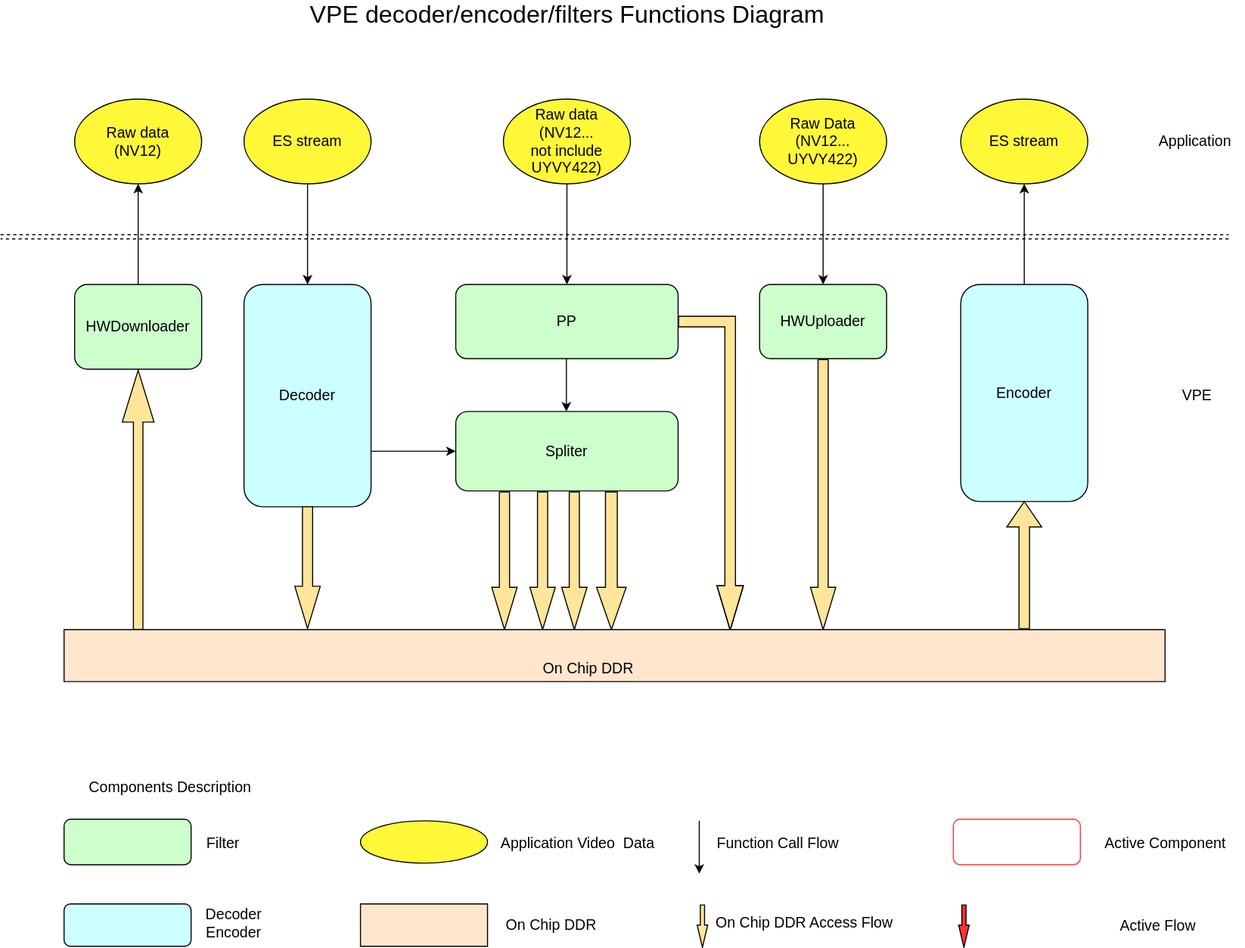
VeriSilicon/vpe keeps this draw.io diagram as doc/vpe.svg. Above is the earlier version. Source tidied: cells renumbered, new cells last; positions are measured from the earlier drawing's top-left corner, leaving out a move shared by most shapes.
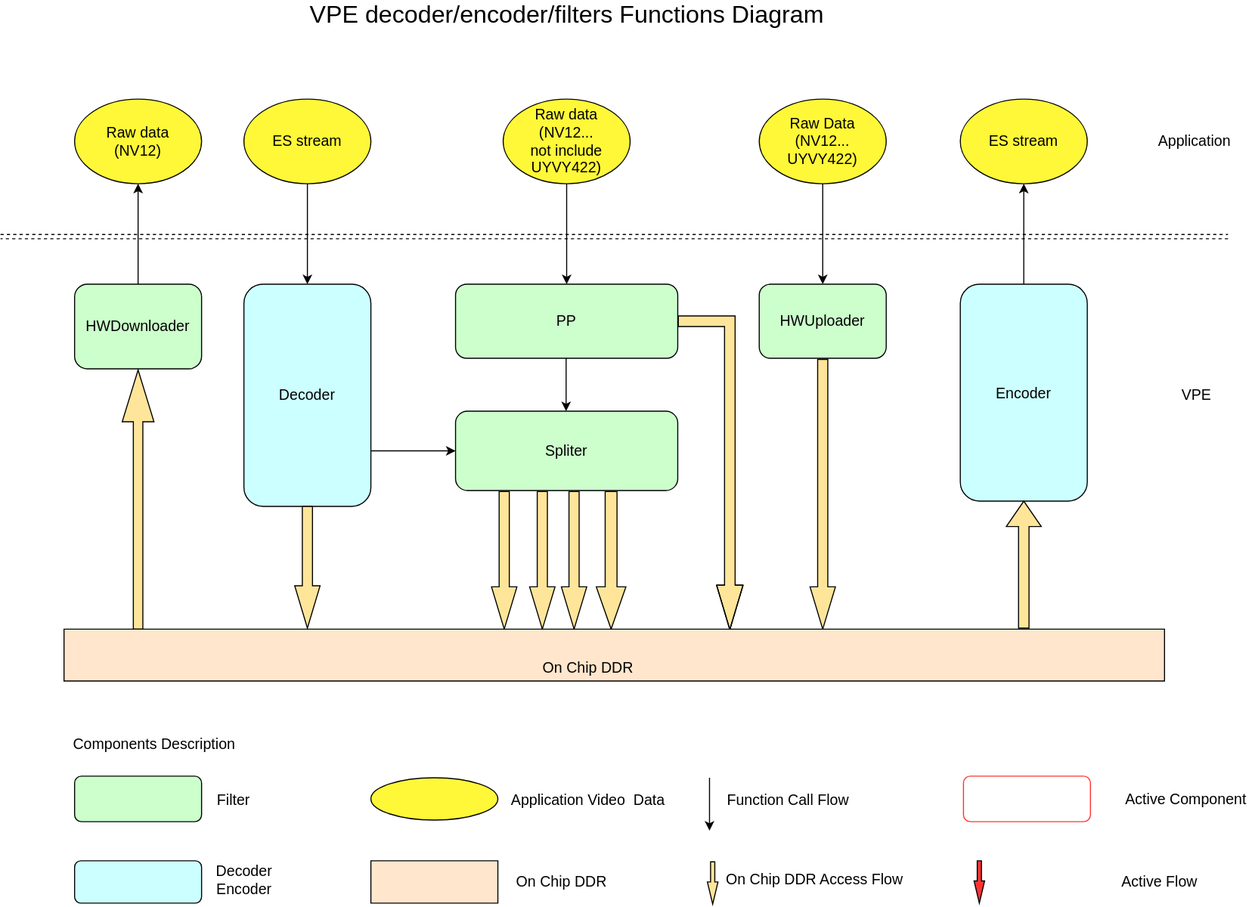
After the change.

Diff of the diagram source:
```diff
@@ -93,80 +93,83 @@
     <mxCell id="29" value="&lt;font style=&quot;font-size: 23px&quot;&gt;VPE decoder/encoder/filters Functions Diagram&lt;/font&gt;" style="text;html=1;align=center;verticalAlign=middle;fillColor=none;strokeColor=none;rounded=0;" parent="1" vertex="1">
       <mxGeometry x="285" width="500" height="20" as="geometry" />
     </mxCell>
-    <mxCell id="30" style="group;fontSize=14;" parent="1" vertex="1">
-      <mxGeometry x="60" y="770" width="789" height="121" as="geometry" />
-    </mxCell>
+    <mxCell id="48" value="PP" style="rounded=1;whiteSpace=wrap;html=1;fillColor=#CCFFCC;fontSize=14;" parent="1" vertex="1">
+      <mxGeometry x="430" y="265" width="210" height="70" as="geometry" />
+    </mxCell>
+    <mxCell id="49" value="Spliter" style="rounded=1;whiteSpace=wrap;html=1;fillColor=#CCFFCC;fontSize=14;" parent="1" vertex="1">
+      <mxGeometry x="430" y="385" width="210" height="75" as="geometry" />
+    </mxCell>
+    <mxCell id="50" style="edgeStyle=orthogonalEdgeStyle;rounded=0;orthogonalLoop=1;jettySize=auto;html=1;exitX=0.25;exitY=1;exitDx=0;exitDy=0;entryX=0.25;entryY=0;entryDx=0;entryDy=0;fillColor=#FF6666;fontSize=14;" parent="1" edge="1">
+      <mxGeometry x="-37" y="414" as="geometry">
+        <mxPoint x="534.5" y="335" as="sourcePoint" />
+        <mxPoint x="534.5" y="385" as="targetPoint" />
+      </mxGeometry>
+    </mxCell>
+    <mxCell id="51" value="Raw Data&lt;br style=&quot;font-size: 14px;&quot;&gt;(&lt;span style=&quot;font-size: 14px;&quot;&gt;NV12...&lt;/span&gt;&lt;br style=&quot;font-size: 14px;&quot;&gt;UYVY422)" style="ellipse;whiteSpace=wrap;html=1;fillColor=#FFF838;fontSize=14;" parent="1" vertex="1">
+      <mxGeometry x="717" y="90" width="120" height="80" as="geometry" />
+    </mxCell>
+    <mxCell id="52" value="&lt;font style=&quot;font-size: 14px;&quot;&gt;Raw data&lt;br style=&quot;font-size: 14px;&quot;&gt;(NV12...&lt;br style=&quot;font-size: 14px;&quot;&gt;&lt;span style=&quot;font-size: 14px;&quot;&gt;not include UYVY422&lt;/span&gt;)&lt;/font&gt;" style="ellipse;whiteSpace=wrap;html=1;fillColor=#FFF838;fontSize=14;" parent="1" vertex="1">
+      <mxGeometry x="475" y="90" width="120" height="80" as="geometry" />
+    </mxCell>
+    <mxCell id="53" style="group;" parent="1" vertex="1">
+      <mxGeometry x="60" y="690" width="1125" height="163" as="geometry" />
+    </mxCell>
+    <mxCell id="54" style="group;fontSize=14;" parent="53" vertex="1">
+      <mxGeometry x="10" y="40" width="809" height="123" as="geometry" />
+    </mxCell>
-    <mxCell id="31" style="rounded=1;whiteSpace=wrap;html=1;fillColor=#CCFFCC;fontSize=14;" parent="30" vertex="1">
+    <mxCell id="31" style="rounded=1;whiteSpace=wrap;html=1;fillColor=#CCFFCC;fontSize=14;" parent="54" vertex="1">
       <mxGeometry width="120" height="43" as="geometry" />
     </mxCell>
-    <mxCell id="32" style="rounded=1;whiteSpace=wrap;html=1;fillColor=#CCFFFF;fontSize=14;" parent="30" vertex="1">
+    <mxCell id="32" style="rounded=1;whiteSpace=wrap;html=1;fillColor=#CCFFFF;fontSize=14;" parent="54" vertex="1">
       <mxGeometry y="80" width="120" height="40" as="geometry" />
     </mxCell>
-    <mxCell id="33" style="ellipse;whiteSpace=wrap;html=1;fillColor=#FFF838;fontSize=14;" parent="30" vertex="1">
+    <mxCell id="33" style="ellipse;whiteSpace=wrap;html=1;fillColor=#FFF838;fontSize=14;" parent="54" vertex="1">
       <mxGeometry x="280" y="1.5" width="120" height="40" as="geometry" />
     </mxCell>
-    <mxCell id="34" style="html=1;shadow=0;dashed=0;align=center;verticalAlign=middle;shape=mxgraph.arrows2.arrow;dy=0.6;dx=21;direction=south;notch=0;fillColor=#FFE599;fontSize=14;" parent="30" vertex="1">
+    <mxCell id="34" style="html=1;shadow=0;dashed=0;align=center;verticalAlign=middle;shape=mxgraph.arrows2.arrow;dy=0.6;dx=21;direction=south;notch=0;fillColor=#FFE599;fontSize=14;" parent="54" vertex="1">
       <mxGeometry x="598" y="81" width="10" height="40" as="geometry" />
     </mxCell>
-    <mxCell id="35" style="edgeStyle=orthogonalEdgeStyle;rounded=0;orthogonalLoop=1;jettySize=auto;html=1;exitX=0.5;exitY=1;exitDx=0;exitDy=0;fontSize=14;" parent="30" edge="1">
-      <mxGeometry relative="1" as="geometry">
-        <mxPoint x="600" y="1.5" as="sourcePoint" />
-        <mxPoint x="600" y="51.5" as="targetPoint" />
-      </mxGeometry>
-    </mxCell>
+    <mxCell id="55" style="edgeStyle=orthogonalEdgeStyle;rounded=0;orthogonalLoop=1;jettySize=auto;html=1;exitX=0.5;exitY=1;exitDx=0;exitDy=0;fontSize=14;" parent="54" edge="1">
+      <mxGeometry relative="1" as="geometry">
+        <mxPoint x="600" y="1.5" as="sourcePoint" />
+        <mxPoint x="600" y="51.5" as="targetPoint" />
+      </mxGeometry>
+    </mxCell>
-    <mxCell id="36" style="verticalLabelPosition=bottom;verticalAlign=top;html=1;shape=mxgraph.basic.rect;fillColor2=none;strokeWidth=1;size=20;indent=5;fillColor=#FFE6CC;fontSize=14;" parent="30" vertex="1">
+    <mxCell id="36" style="verticalLabelPosition=bottom;verticalAlign=top;html=1;shape=mxgraph.basic.rect;fillColor2=none;strokeWidth=1;size=20;indent=5;fillColor=#FFE6CC;fontSize=14;" parent="54" vertex="1">
       <mxGeometry x="280" y="80" width="120" height="40" as="geometry" />
     </mxCell>
-    <mxCell id="37" value="Filter" style="text;html=1;align=center;verticalAlign=middle;fillColor=none;strokeColor=none;rounded=0;fontSize=14;" parent="30" vertex="1">
+    <mxCell id="37" value="Filter" style="text;html=1;align=center;verticalAlign=middle;fillColor=none;strokeColor=none;rounded=0;fontSize=14;" parent="54" vertex="1">
       <mxGeometry x="125" y="13" width="50" height="20" as="geometry" />
     </mxCell>
-    <mxCell id="38" value="Decoder&lt;br style=&quot;font-size: 14px;&quot;&gt;Encoder" style="text;html=1;align=center;verticalAlign=middle;fillColor=none;strokeColor=none;rounded=0;fontSize=14;" parent="30" vertex="1">
+    <mxCell id="38" value="Decoder&lt;br style=&quot;font-size: 14px;&quot;&gt;Encoder" style="text;html=1;align=center;verticalAlign=middle;fillColor=none;strokeColor=none;rounded=0;fontSize=14;" parent="54" vertex="1">
       <mxGeometry x="125" y="78" width="70" height="40" as="geometry" />
     </mxCell>
-    <mxCell id="39" value="Application Video&amp;nbsp; Data" style="text;html=1;align=center;verticalAlign=middle;fillColor=none;strokeColor=none;rounded=0;fontSize=14;" parent="30" vertex="1">
+    <mxCell id="39" value="Application Video&amp;nbsp; Data" style="text;html=1;align=center;verticalAlign=middle;fillColor=none;strokeColor=none;rounded=0;fontSize=14;" parent="54" vertex="1">
       <mxGeometry x="405" y="13" width="160" height="20" as="geometry" />
     </mxCell>
-    <mxCell id="40" value="On Chip DDR" style="text;html=1;align=center;verticalAlign=middle;fillColor=none;strokeColor=none;rounded=0;fontSize=14;" parent="30" vertex="1">
+    <mxCell id="40" value="On Chip DDR" style="text;html=1;align=center;verticalAlign=middle;fillColor=none;strokeColor=none;rounded=0;fontSize=14;" parent="54" vertex="1">
       <mxGeometry x="410" y="90" width="100" height="20" as="geometry" />
     </mxCell>
-    <mxCell id="41" value="Function Call Flow" style="text;html=1;align=center;verticalAlign=middle;fillColor=none;strokeColor=none;rounded=0;fontSize=14;" parent="30" vertex="1">
+    <mxCell id="41" value="Function Call Flow" style="text;html=1;align=center;verticalAlign=middle;fillColor=none;strokeColor=none;rounded=0;fontSize=14;" parent="54" vertex="1">
       <mxGeometry x="609" y="13" width="130" height="20" as="geometry" />
     </mxCell>
-    <mxCell id="42" value="On Chip DDR Access Flow" style="text;html=1;align=center;verticalAlign=middle;fillColor=none;strokeColor=none;rounded=0;fontSize=14;" parent="30" vertex="1">
+    <mxCell id="42" value="On Chip DDR Access Flow" style="text;html=1;align=center;verticalAlign=middle;fillColor=none;strokeColor=none;rounded=0;fontSize=14;" parent="54" vertex="1">
       <mxGeometry x="609" y="88" width="180" height="20" as="geometry" />
     </mxCell>
-    <mxCell id="43" value="&lt;font style=&quot;font-size: 14px;&quot;&gt;Components Description&lt;/font&gt;" style="text;html=1;align=center;verticalAlign=middle;fillColor=none;strokeColor=none;rounded=0;fontSize=14;" parent="1" vertex="1">
-      <mxGeometry x="75" y="730" width="170" height="20" as="geometry" />
+    <mxCell id="43" value="&lt;font style=&quot;font-size: 14px;&quot;&gt;Components Description&lt;/font&gt;" style="text;html=1;align=center;verticalAlign=middle;fillColor=none;strokeColor=none;rounded=0;fontSize=14;" parent="53" vertex="1">
+      <mxGeometry width="170" height="20" as="geometry" />
     </mxCell>
-    <mxCell id="44" style="rounded=1;whiteSpace=wrap;html=1;fillColor=#FFFFFF;strokeColor=#FF3333;fontSize=14;" parent="1" vertex="1">
-      <mxGeometry x="900" y="770" width="120" height="43" as="geometry" />
-    </mxCell>
+    <mxCell id="56" style="rounded=1;whiteSpace=wrap;html=1;fillColor=#FFFFFF;strokeColor=#FF3333;fontSize=14;" parent="53" vertex="1">
+      <mxGeometry x="850" y="40" width="120" height="43" as="geometry" />
+    </mxCell>
-    <mxCell id="45" value="Active Component" style="text;html=1;align=center;verticalAlign=middle;fillColor=none;strokeColor=none;rounded=0;fontSize=14;" parent="1" vertex="1">
-      <mxGeometry x="1035" y="783" width="130" height="20" as="geometry" />
+    <mxCell id="45" value="Active Component" style="text;html=1;align=center;verticalAlign=middle;fillColor=none;strokeColor=none;rounded=0;fontSize=14;" parent="53" vertex="1">
+      <mxGeometry x="995" y="51.5" width="130" height="20" as="geometry" />
     </mxCell>
-    <mxCell id="46" style="html=1;shadow=0;dashed=0;align=center;verticalAlign=middle;shape=mxgraph.arrows2.arrow;dy=0.6;dx=21;direction=south;notch=0;fillColor=#FF3333;fontSize=14;" parent="1" vertex="1">
-      <mxGeometry x="905" y="851" width="10" height="40" as="geometry" />
-    </mxCell>
+    <mxCell id="57" style="html=1;shadow=0;dashed=0;align=center;verticalAlign=middle;shape=mxgraph.arrows2.arrow;dy=0.6;dx=21;direction=south;notch=0;fillColor=#FF3333;fontSize=14;" parent="53" vertex="1">
+      <mxGeometry x="860" y="120" width="10" height="40" as="geometry" />
+    </mxCell>
-    <mxCell id="47" value="Active Flow" style="text;html=1;align=center;verticalAlign=middle;fillColor=none;strokeColor=none;rounded=0;fontSize=14;" parent="1" vertex="1">
-      <mxGeometry x="1048" y="861" width="90" height="20" as="geometry" />
+    <mxCell id="47" value="Active Flow" style="text;html=1;align=center;verticalAlign=middle;fillColor=none;strokeColor=none;rounded=0;fontSize=14;" parent="53" vertex="1">
+      <mxGeometry x="990" y="130" width="90" height="20" as="geometry" />
     </mxCell>
-    <mxCell id="48" value="PP" style="rounded=1;whiteSpace=wrap;html=1;fillColor=#CCFFCC;fontSize=14;" parent="1" vertex="1">
-      <mxGeometry x="430" y="265" width="210" height="70" as="geometry" />
-    </mxCell>
-    <mxCell id="49" value="Spliter" style="rounded=1;whiteSpace=wrap;html=1;fillColor=#CCFFCC;fontSize=14;" parent="1" vertex="1">
-      <mxGeometry x="430" y="385" width="210" height="75" as="geometry" />
-    </mxCell>
-    <mxCell id="50" style="edgeStyle=orthogonalEdgeStyle;rounded=0;orthogonalLoop=1;jettySize=auto;html=1;exitX=0.25;exitY=1;exitDx=0;exitDy=0;entryX=0.25;entryY=0;entryDx=0;entryDy=0;fillColor=#FF6666;fontSize=14;" parent="1" edge="1">
-      <mxGeometry x="-37" y="414" as="geometry">
-        <mxPoint x="534.5" y="335" as="sourcePoint" />
-        <mxPoint x="534.5" y="385" as="targetPoint" />
-      </mxGeometry>
-    </mxCell>
-    <mxCell id="51" value="Raw Data&lt;br style=&quot;font-size: 14px;&quot;&gt;(&lt;span style=&quot;font-size: 14px;&quot;&gt;NV12...&lt;/span&gt;&lt;br style=&quot;font-size: 14px;&quot;&gt;UYVY422)" style="ellipse;whiteSpace=wrap;html=1;fillColor=#FFF838;fontSize=14;" parent="1" vertex="1">
-      <mxGeometry x="717" y="90" width="120" height="80" as="geometry" />
-    </mxCell>
-    <mxCell id="52" value="&lt;font style=&quot;font-size: 14px;&quot;&gt;Raw data&lt;br style=&quot;font-size: 14px;&quot;&gt;(NV12...&lt;br style=&quot;font-size: 14px;&quot;&gt;&lt;span style=&quot;font-size: 14px;&quot;&gt;not include UYVY422&lt;/span&gt;)&lt;/font&gt;" style="ellipse;whiteSpace=wrap;html=1;fillColor=#FFF838;fontSize=14;" parent="1" vertex="1">
-      <mxGeometry x="475" y="90" width="120" height="80" as="geometry" />
-    </mxCell>
   </root>
 </mxGraphModel>
```
